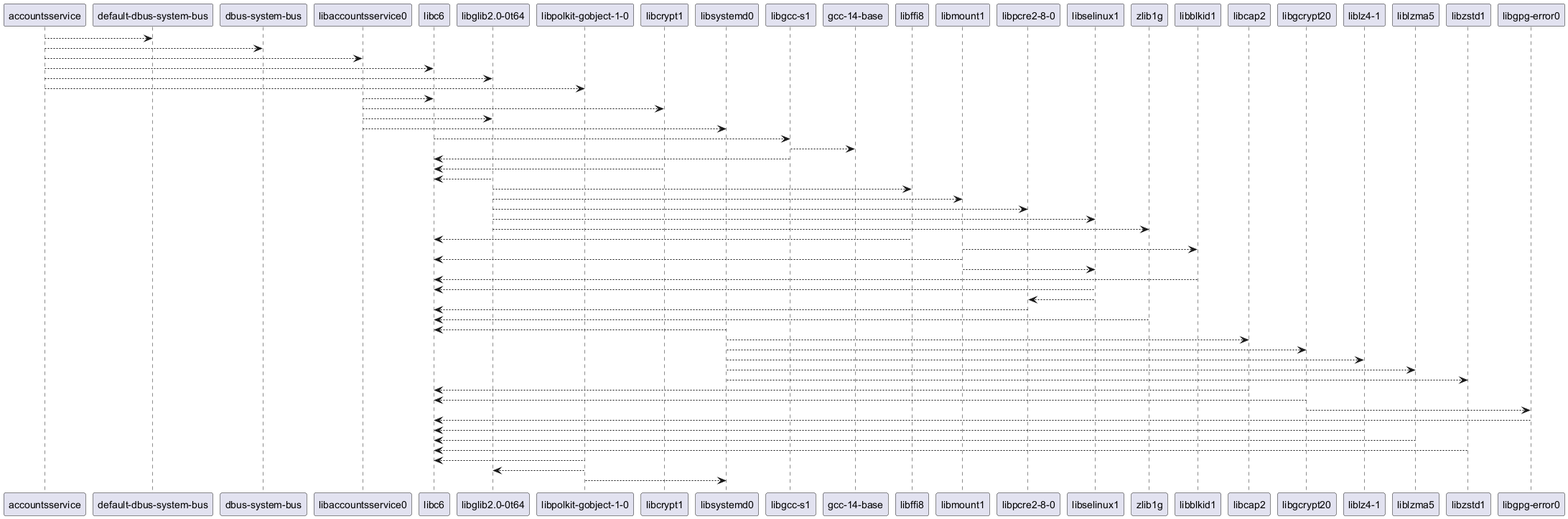
Above: vremen.png in Anton-Su/config2 (PlantUML), before the change.
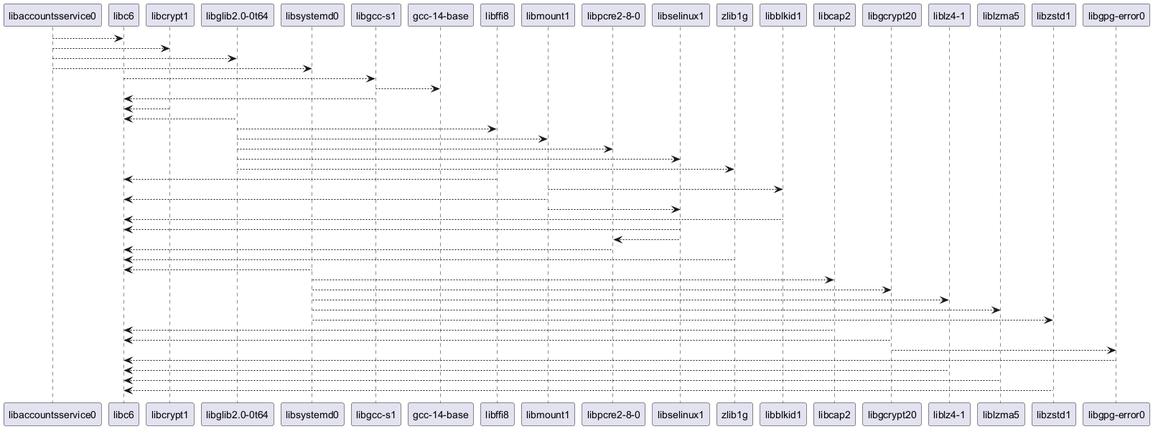
Later version of the same file.

What changed in the source:
```diff
@@ -1,10 +1,4 @@
 @startuml
-"accountsservice" --> "default-dbus-system-bus"
-"accountsservice" --> "dbus-system-bus"
-"accountsservice" --> "libaccountsservice0"
-"accountsservice" --> "libc6"
-"accountsservice" --> "libglib2.0-0t64"
-"accountsservice" --> "libpolkit-gobject-1-0"
 "libaccountsservice0" --> "libc6"
 "libaccountsservice0" --> "libcrypt1"
 "libaccountsservice0" --> "libglib2.0-0t64"
@@ -41,7 +35,4 @@
 "liblz4-1" --> "libc6"
 "liblzma5" --> "libc6"
 "libzstd1" --> "libc6"
-"libpolkit-gobject-1-0" --> "libc6"
-"libpolkit-gobject-1-0" --> "libglib2.0-0t64"
-"libpolkit-gobject-1-0" --> "libsystemd0"
 @enduml
```
